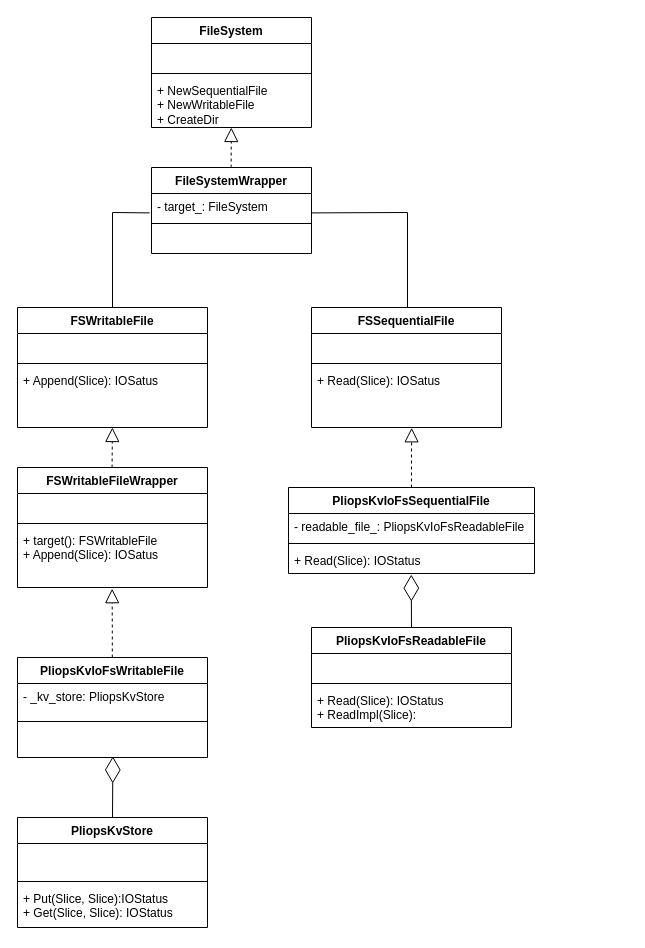
Shi-Yueyang/RobotY keeps this draw.io diagram as 未命名绘图.drawio. Above is the earlier version. Source tidied: cells renumbered, new cells numbered last; positions are measured from the earlier drawing's top-left corner, leaving out a move shared by most shapes. Both pictures are drawn from the tidied source at 100%, with x=0, y=0 at pixel (17, 17).
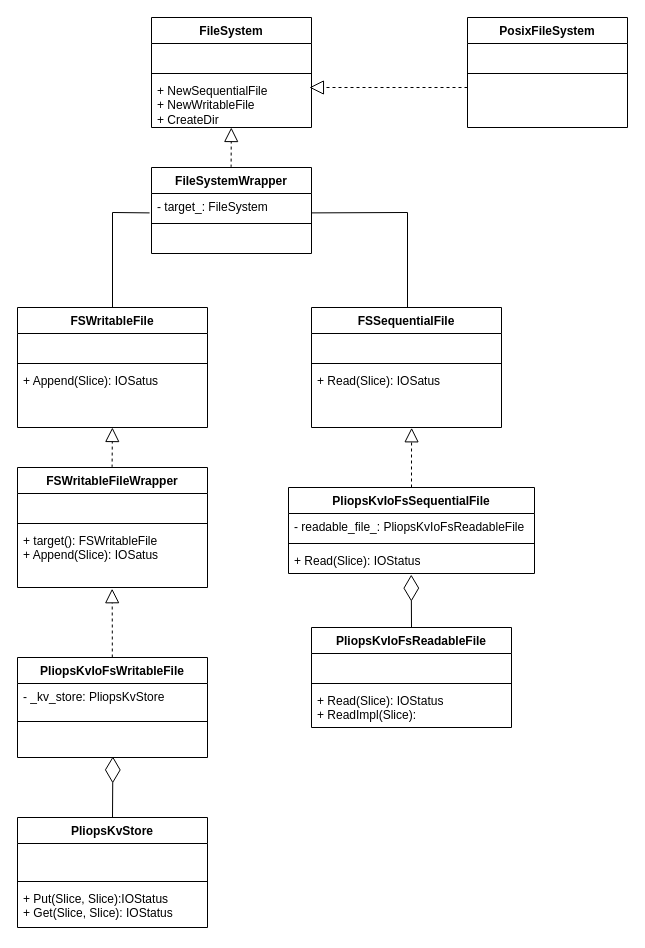
Above is the later version.

Commit message (it also covers changes not shown here):
更新未命名绘图.drawio

Unchanged cells that the change refers to:
```xml
<mxCell id="5" value="+&amp;nbsp;NewSequentialFile&lt;br&gt;+&amp;nbsp;NewWritableFile&lt;br&gt;+ CreateDir" style="text;strokeColor=none;fillColor=none;align=left;verticalAlign=top;spacingLeft=4;spacingRight=4;overflow=hidden;points=[[0,0.5],[1,0.5]];portConstraint=eastwest;whiteSpace=wrap;html=1;" parent="2" vertex="1">
  <mxGeometry y="60" width="160" height="50" as="geometry" />
</mxCell>
```

What changed in the source:
```diff
@@
+    <mxCell id="46" value="PosixFileSystem" style="swimlane;fontStyle=1;align=center;verticalAlign=top;horizontal=1;startSize=26;whiteSpace=wrap;html=1;" parent="1" vertex="1">
+      <mxGeometry x="450" width="160" height="110" as="geometry" />
+    </mxCell>
+    <mxCell id="47" value="&lt;br&gt;" style="text;strokeColor=none;fillColor=none;align=left;verticalAlign=top;spacingLeft=4;spacingRight=4;overflow=hidden;whiteSpace=wrap;html=1;" parent="46" vertex="1">
+      <mxGeometry y="26" width="160" height="26" as="geometry" />
+    </mxCell>
+    <mxCell id="48" style="line;strokeWidth=1;fillColor=none;align=left;verticalAlign=middle;spacingTop=-1;spacingLeft=3;spacingRight=3;labelPosition=right;strokeColor=inherit;" parent="46" vertex="1">
+      <mxGeometry y="52" width="160" height="8" as="geometry" />
+    </mxCell>
+    <mxCell id="49" style="endArrow=block;dashed=1;endFill=0;endSize=12;html=1;rounded=0;entryX=0.987;entryY=0.2;entryDx=0;entryDy=0;entryPerimeter=0;" parent="46" edge="1" target="5">
+      <mxGeometry relative="1" as="geometry">
+        <mxPoint y="70" as="sourcePoint" />
+      </mxGeometry>
+    </mxCell>
+    <mxCell id="50" value="&lt;br&gt;" style="text;strokeColor=none;fillColor=none;align=left;verticalAlign=top;spacingLeft=4;spacingRight=4;overflow=hidden;whiteSpace=wrap;html=1;" parent="46" vertex="1">
+      <mxGeometry y="60" width="160" height="50" as="geometry" />
+    </mxCell>
```
